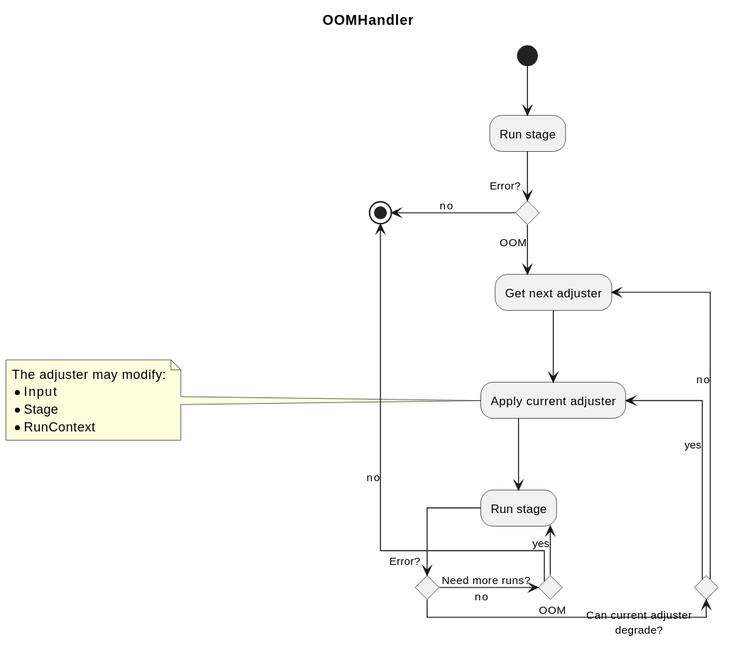
Above: docs/diagrams/oom_handler.svg in bushuyev/thoosa (PlantUML), before the change.
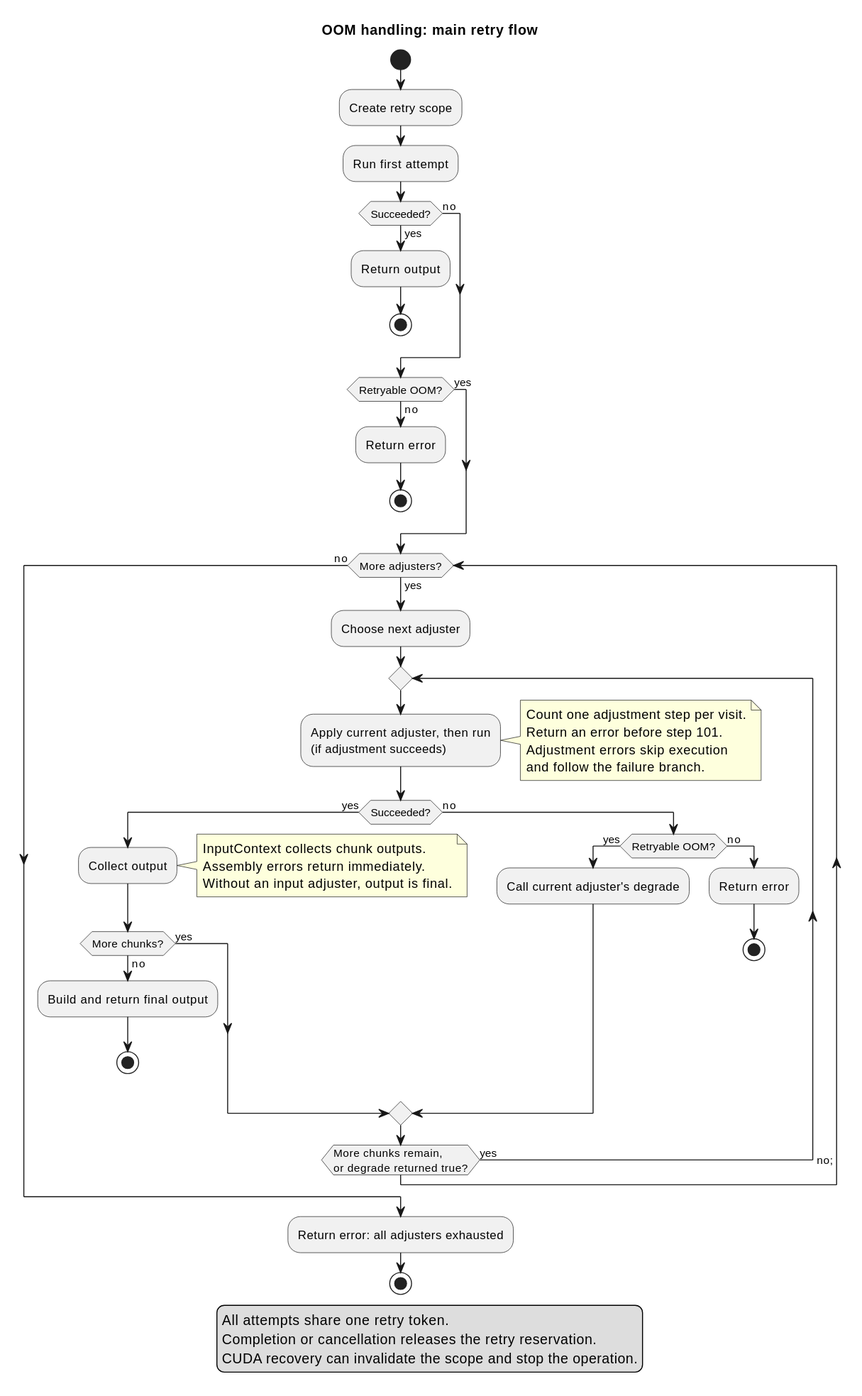
Above is the later version.

Commit message:
Clarify OOM retry flow and component diagrams

Diff of the diagram source:
```diff
@@ -1,51 +1,59 @@
 @startuml
-title OOMHandler
+title OOM handling: main retry flow
+skinparam shadowing false
 
-skinparam shadowing false
-skinparam linetype ortho
-skinparam nodesep 100
-skinparam ranksep 50
-
-(*) --> "Run stage" as initial_run
-
-initial_run --> if "Error?" as initial_error then
-    -left->[no] (*)
-else
-    -->[OOM] "Get next adjuster" as get_adjuster
+start
+:Create retry scope;
+:Run first attempt;
+if (Succeeded?) then (yes)
+  :Return output;
+  stop
+else (no)
+endif
+if (Retryable OOM?) then (no)
+  :Return error;
+  stop
+else (yes)
 endif
 
+while (More adjusters?) is (yes)
+  :Choose next adjuster;
+  repeat
+    :Apply current adjuster, then run\n(if adjustment succeeds);
+    note right
+      Count one adjustment step per visit.
+      Return an error before step 101.
+      Adjustment errors skip execution
+      and follow the failure branch.
+    end note
+    if (Succeeded?) then (yes)
+      :Collect output;
+      note right
+        InputContext collects chunk outputs.
+        Assembly errors return immediately.
+        Without an input adjuster, output is final.
+      end note
+      if (More chunks?) then (no)
+        :Build and return final output;
+        stop
+      else (yes)
+      endif
+    else (no)
+      if (Retryable OOM?) then (yes)
+        :Call current adjuster's degrade;
+      else (no)
+        :Return error;
+        stop
+      endif
+    endif
+  repeat while (More chunks remain,\nor degrade returned true?) is (yes) ->no;
+endwhile (no)
+:Return error: all adjusters exhausted;
+stop
 
-get_adjuster --> "Apply current adjuster" as apply_adjuster
-
-note left
-The adjuster may modify:
-* Input
-* Stage
-* RunContext
-end note
-
-apply_adjuster --> "Run stage" as run_stage
-
-
-run_stage --> if "Error?" as run_error then
-
-    -left->[no] if "Need more runs?" as more_runs then
-        -up->[yes] run_stage
-    else
-        -left->[no] (*)
-    endif
-
-else
-
-    -right->[OOM] if "Can current adjuster\ndegrade?" as can_degrade then
-
-        -up->[yes] apply_adjuster
-
-    else
-
-        -up->[no] get_adjuster
-
-    endif
-
-endif
+legend bottom
+  All attempts share one retry token.
+  Completion or cancellation releases the retry reservation.
+  CUDA recovery can invalidate the scope and stop the operation.
+endlegend
 @enduml
```
